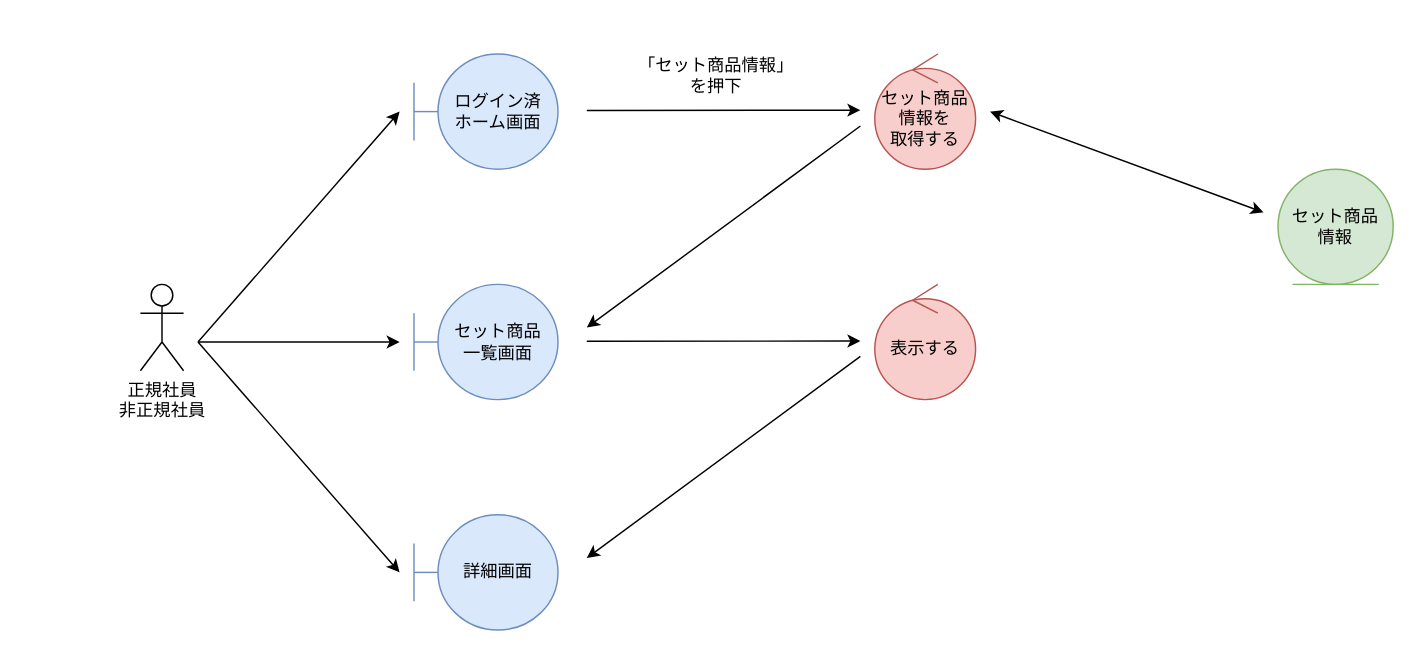
Above: page "*セット商品管理_参照" (4 of 6) of 各種設計書/3ロバストネス図/商品情報管理/1.在庫管理.drawio in HaruShim/Sotuken (draw.io), before the change. Source tidied: cells renumbered, new cells numbered last; positions are measured from the earlier drawing's top-left corner, leaving out a move shared by most shapes. Both pictures are drawn from the tidied source at 144%, with x=0, y=0 at pixel (140, 53).
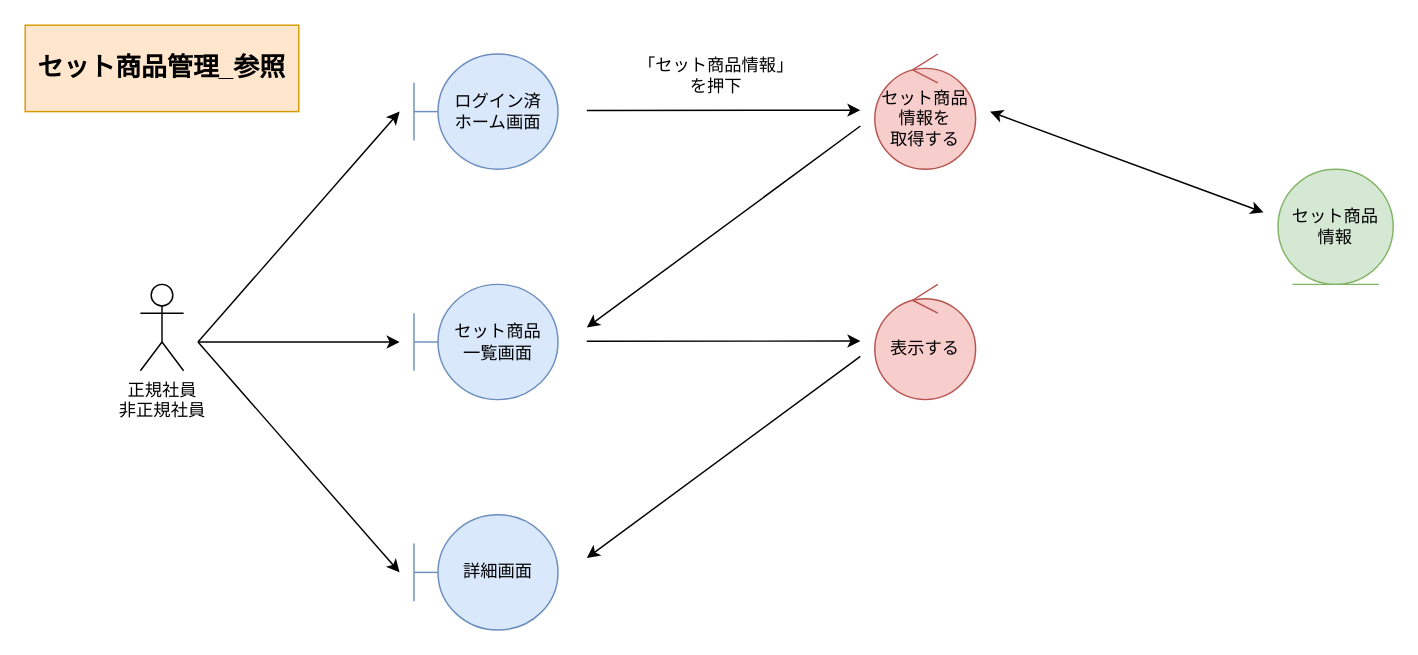
Above is the later version.

What changed in the source:
```diff
@@
+    <mxCell id="18" value="セット商品管理_参照" style="rounded=0;whiteSpace=wrap;html=1;fillColor=#ffe6cc;strokeColor=#d79b00;fontStyle=1;fontSize=18;" parent="1" vertex="1">
+      <mxGeometry x="-80" y="-20" width="190" height="60" as="geometry" />
+    </mxCell>
```
